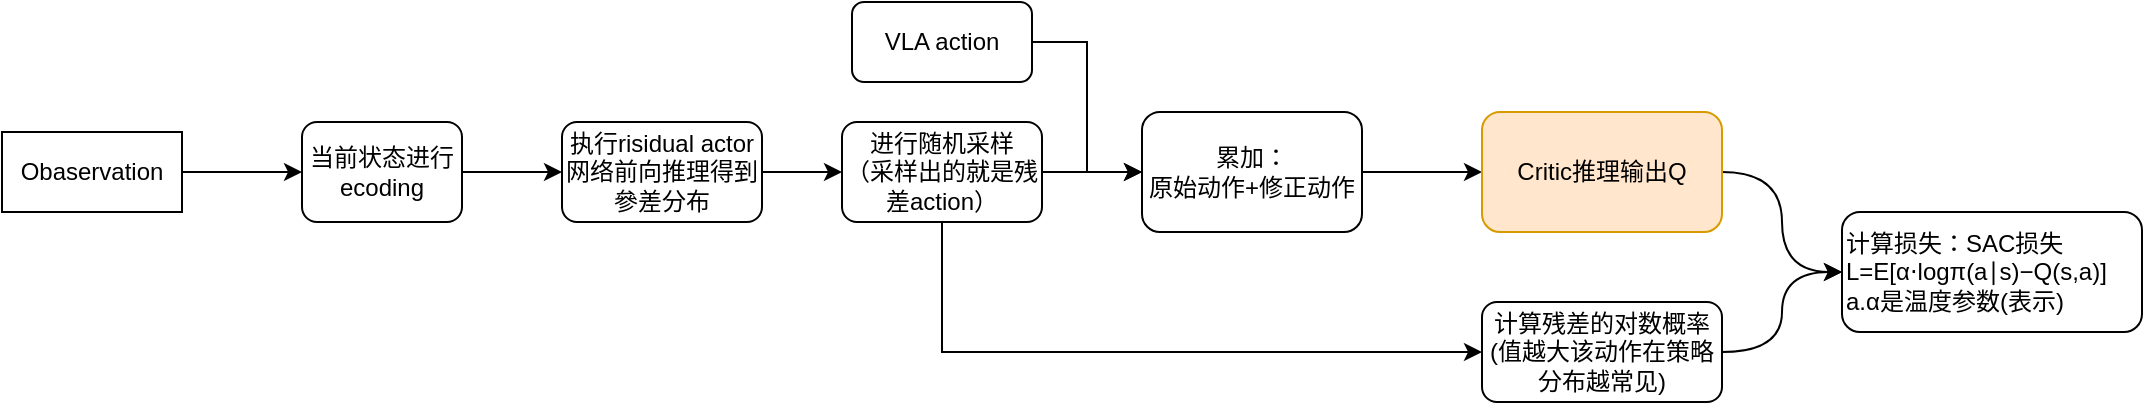
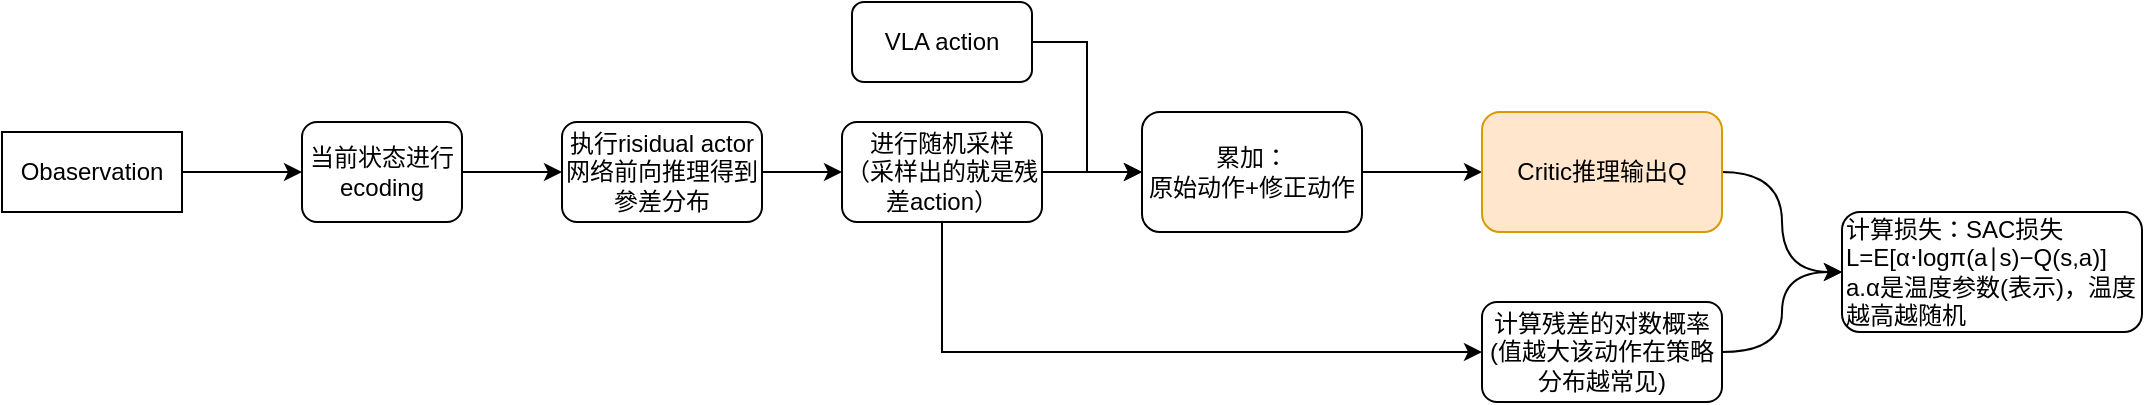
<mxfile host="app.diagrams.net">
  <diagram name="第 1 页" id="Xl2nalXjscSPXPMrPieM">
    <mxGraphModel dx="1223" dy="1125" grid="1" gridSize="10" guides="1" tooltips="1" connect="1" arrows="1" fold="1" page="1" pageScale="1" pageWidth="827" pageHeight="1169" math="0" shadow="0">
      <root>
        <mxCell id="0" />
        <mxCell id="1" parent="0" />
        <mxCell id="5m5IZYSdE89hOnIhnB_D-3" edge="1" parent="1" source="5m5IZYSdE89hOnIhnB_D-1" style="edgeStyle=orthogonalEdgeStyle;rounded=0;orthogonalLoop=1;jettySize=auto;html=1;" target="5m5IZYSdE89hOnIhnB_D-2" value="">
          <mxGeometry relative="1" as="geometry" />
        </mxCell>
        <mxCell id="5m5IZYSdE89hOnIhnB_D-1" parent="1" style="rounded=1;whiteSpace=wrap;html=1;" value="当前状态进行ecoding" vertex="1">
          <mxGeometry height="50" width="80" x="110" y="300" as="geometry" />
        </mxCell>
        <mxCell id="5m5IZYSdE89hOnIhnB_D-5" edge="1" parent="1" source="5m5IZYSdE89hOnIhnB_D-2" style="edgeStyle=orthogonalEdgeStyle;rounded=0;orthogonalLoop=1;jettySize=auto;html=1;" target="5m5IZYSdE89hOnIhnB_D-4" value="">
          <mxGeometry relative="1" as="geometry" />
        </mxCell>
        <mxCell id="5m5IZYSdE89hOnIhnB_D-2" parent="1" style="rounded=1;whiteSpace=wrap;html=1;" value="执行risidual actor网络前向推理得到參差分布" vertex="1">
          <mxGeometry height="50" width="100" x="240" y="300" as="geometry" />
        </mxCell>
        <mxCell id="5m5IZYSdE89hOnIhnB_D-7" edge="1" parent="1" source="5m5IZYSdE89hOnIhnB_D-4" style="edgeStyle=orthogonalEdgeStyle;rounded=0;orthogonalLoop=1;jettySize=auto;html=1;exitX=0.5;exitY=1;exitDx=0;exitDy=0;entryX=0;entryY=0.5;entryDx=0;entryDy=0;" target="5m5IZYSdE89hOnIhnB_D-6" value="">
          <mxGeometry relative="1" as="geometry" />
        </mxCell>
        <mxCell id="5m5IZYSdE89hOnIhnB_D-14" edge="1" parent="1" source="5m5IZYSdE89hOnIhnB_D-4" style="edgeStyle=orthogonalEdgeStyle;rounded=0;orthogonalLoop=1;jettySize=auto;html=1;exitX=1;exitY=0.5;exitDx=0;exitDy=0;entryX=0;entryY=0.5;entryDx=0;entryDy=0;" target="5m5IZYSdE89hOnIhnB_D-12">
          <mxGeometry relative="1" as="geometry" />
        </mxCell>
        <mxCell id="5m5IZYSdE89hOnIhnB_D-4" parent="1" style="rounded=1;whiteSpace=wrap;html=1;" value="进行随机采样&lt;br&gt;（采样出的就是残差action）" vertex="1">
          <mxGeometry height="50" width="100" x="380" y="300" as="geometry" />
        </mxCell>
        <mxCell id="5m5IZYSdE89hOnIhnB_D-19" edge="1" parent="1" source="5m5IZYSdE89hOnIhnB_D-6" style="edgeStyle=orthogonalEdgeStyle;rounded=0;orthogonalLoop=1;jettySize=auto;html=1;exitX=1;exitY=0.5;exitDx=0;exitDy=0;entryX=0;entryY=0.5;entryDx=0;entryDy=0;curved=1;" target="5m5IZYSdE89hOnIhnB_D-17">
          <mxGeometry relative="1" as="geometry" />
        </mxCell>
        <mxCell id="5m5IZYSdE89hOnIhnB_D-6" parent="1" style="rounded=1;whiteSpace=wrap;html=1;" value="计算残差的对数概率&lt;br&gt;(值越大该动作在策略分布越常见)" vertex="1">
          <mxGeometry height="50" width="120" x="700" y="390" as="geometry" />
        </mxCell>
        <mxCell id="5m5IZYSdE89hOnIhnB_D-9" edge="1" parent="1" source="5m5IZYSdE89hOnIhnB_D-8" style="edgeStyle=orthogonalEdgeStyle;rounded=0;orthogonalLoop=1;jettySize=auto;html=1;exitX=1;exitY=0.5;exitDx=0;exitDy=0;entryX=0;entryY=0.5;entryDx=0;entryDy=0;" target="5m5IZYSdE89hOnIhnB_D-1">
          <mxGeometry relative="1" as="geometry" />
        </mxCell>
        <mxCell id="5m5IZYSdE89hOnIhnB_D-8" parent="1" style="rounded=0;whiteSpace=wrap;html=1;" value="Obaservation" vertex="1">
          <mxGeometry height="40" width="90" x="-40" y="305" as="geometry" />
        </mxCell>
        <mxCell id="5m5IZYSdE89hOnIhnB_D-13" edge="1" parent="1" source="5m5IZYSdE89hOnIhnB_D-10" style="edgeStyle=orthogonalEdgeStyle;rounded=0;orthogonalLoop=1;jettySize=auto;html=1;exitX=1;exitY=0.5;exitDx=0;exitDy=0;entryX=0;entryY=0.5;entryDx=0;entryDy=0;" target="5m5IZYSdE89hOnIhnB_D-12">
          <mxGeometry relative="1" as="geometry" />
        </mxCell>
        <mxCell id="5m5IZYSdE89hOnIhnB_D-10" parent="1" style="rounded=1;whiteSpace=wrap;html=1;" value="VLA action" vertex="1">
          <mxGeometry height="40" width="90" x="385" y="240" as="geometry" />
        </mxCell>
        <mxCell id="5m5IZYSdE89hOnIhnB_D-16" edge="1" parent="1" source="5m5IZYSdE89hOnIhnB_D-12" style="edgeStyle=orthogonalEdgeStyle;rounded=0;orthogonalLoop=1;jettySize=auto;html=1;exitX=1;exitY=0.5;exitDx=0;exitDy=0;entryX=0;entryY=0.5;entryDx=0;entryDy=0;" target="5m5IZYSdE89hOnIhnB_D-15">
          <mxGeometry relative="1" as="geometry" />
        </mxCell>
        <mxCell id="5m5IZYSdE89hOnIhnB_D-12" parent="1" style="rounded=1;whiteSpace=wrap;html=1;" value="累加：&lt;br&gt;原始动作+修正动作" vertex="1">
          <mxGeometry height="60" width="110" x="530" y="295" as="geometry" />
        </mxCell>
        <mxCell id="5m5IZYSdE89hOnIhnB_D-18" edge="1" parent="1" source="5m5IZYSdE89hOnIhnB_D-15" style="edgeStyle=orthogonalEdgeStyle;rounded=0;orthogonalLoop=1;jettySize=auto;html=1;exitX=1;exitY=0.5;exitDx=0;exitDy=0;entryX=0;entryY=0.5;entryDx=0;entryDy=0;curved=1;" target="5m5IZYSdE89hOnIhnB_D-17">
          <mxGeometry relative="1" as="geometry" />
        </mxCell>
        <mxCell id="5m5IZYSdE89hOnIhnB_D-15" parent="1" style="rounded=1;whiteSpace=wrap;html=1;fillColor=#ffe6cc;strokeColor=#d79b00;" value="Critic推理输出Q" vertex="1">
          <mxGeometry height="60" width="120" x="700" y="295" as="geometry" />
        </mxCell>
-         <mxCell id="5m5IZYSdE89hOnIhnB_D-17" parent="1" style="rounded=1;whiteSpace=wrap;html=1;align=left;" value="计算损失：SAC损失&lt;br&gt;L=E[α⋅logπ(a∣s)−Q(s,a)]&lt;div&gt;a.α是温度参数(表示)&lt;/div&gt;" vertex="1">
+         <mxCell id="5m5IZYSdE89hOnIhnB_D-17" parent="1" style="rounded=1;whiteSpace=wrap;html=1;align=left;" value="计算损失：SAC损失&lt;br&gt;L=E[α⋅logπ(a∣s)−Q(s,a)]&lt;div&gt;a.α是温度参数(表示)，温度越高越随机&lt;/div&gt;" vertex="1">
          <mxGeometry height="60" width="150" x="880" y="345" as="geometry" />
        </mxCell>
      </root>
    </mxGraphModel>
  </diagram>
</mxfile>
